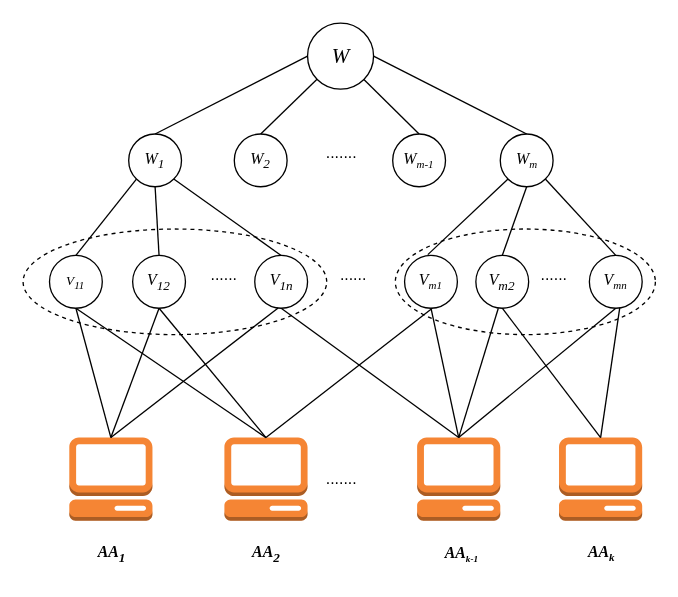
Mr-doublehappines/httpServer keeps this draw.io diagram as 未命名绘图.drawio. Above is the earlier version. Source tidied: cells renumbered, new cells numbered last; positions are measured from the earlier drawing's top-left corner, leaving out a move shared by most shapes. Both pictures are drawn from the tidied source at 132%, with x=0, y=0 at pixel (22, 22).
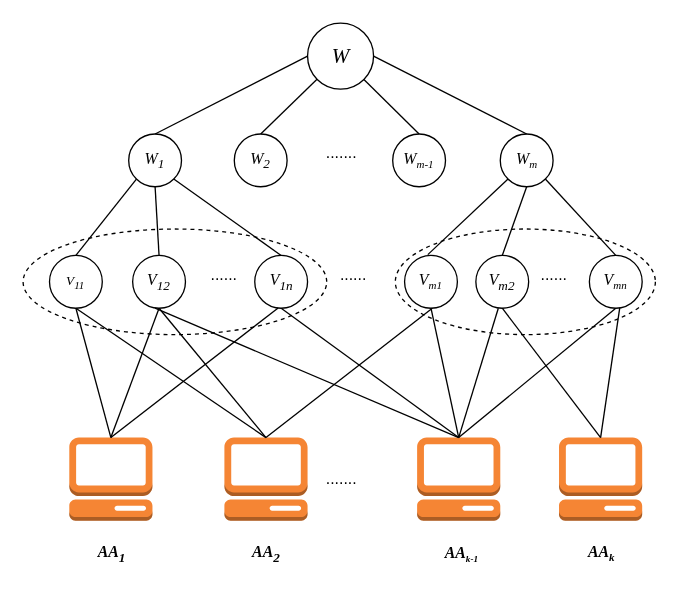
After the change.

The change refers to these unchanged cells:
```xml
<mxCell id="8" style="outlineConnect=0;dashed=0;verticalLabelPosition=bottom;verticalAlign=top;align=center;html=1;shape=mxgraph.aws3.management_console;fillColor=#F58534;gradientColor=none;spacing=2;" parent="1" vertex="1">
  <mxGeometry x="298.5" y="314" width="63" height="63" as="geometry" />
</mxCell>
```

Change to the diagram source:
```diff
@@
+    <mxCell id="50" style="endArrow=none;html=1;rounded=0;exitX=0.5;exitY=0;exitDx=0;exitDy=0;exitPerimeter=0;" parent="1" edge="1" source="8">
+      <mxGeometry relative="1" as="geometry">
+        <mxPoint x="100" y="216" as="targetPoint" />
+      </mxGeometry>
+    </mxCell>
```
